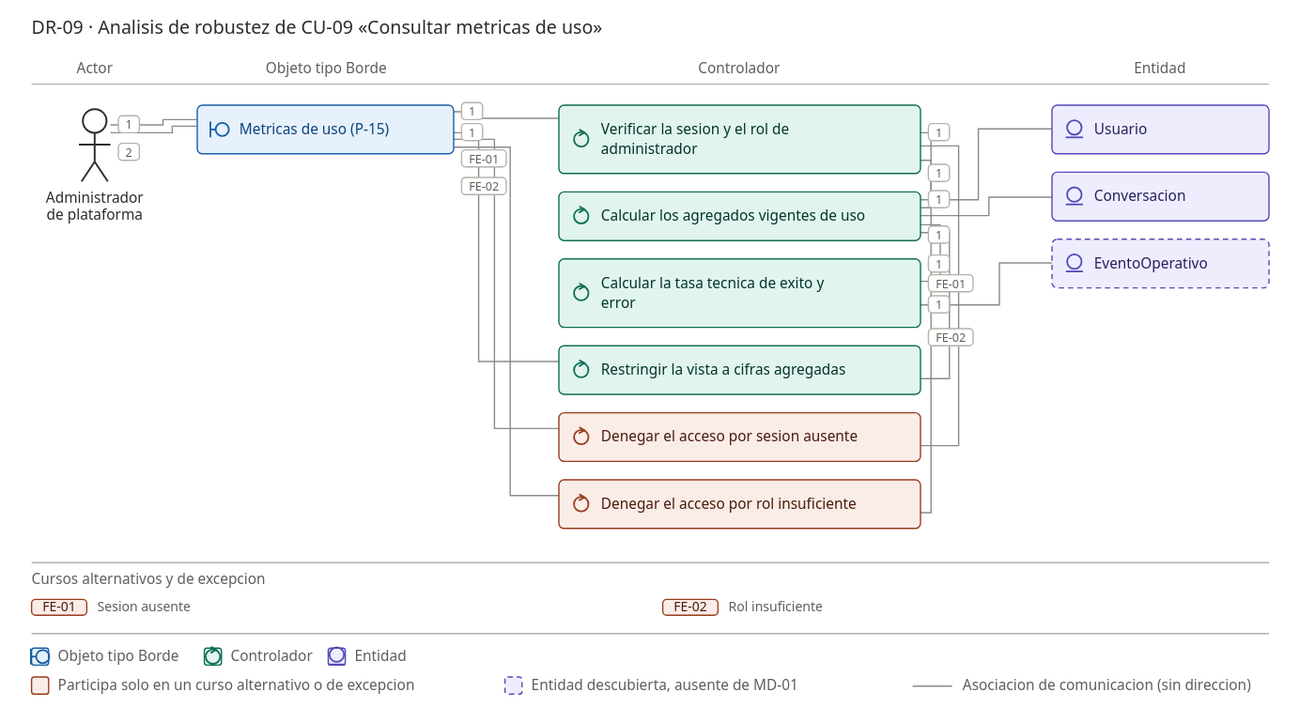
Earlier version of the PlantUML export docs/07_casos_uso/robustez/DR-09_robustez_consultar_metricas.svg (jonatan8254/alan-aura-academico). Its source is kept beside it as docs/07_casos_uso/robustez/DR-09_robustez_consultar_metricas.puml. The source it was exported from:
```plantuml
@startuml
left to right direction
skinparam linetype ortho
skinparam shadowing false

actor "Administrador de plataforma" as ACT_Administrador

boundary "Metricas de uso (P-15)" as B_MetricasDeUso

control "Verificar la sesion y el rol de administrador" as C_VerificarSesionYRol
control "Calcular los agregados vigentes de uso" as C_CalcularAgregados
control "Calcular la tasa tecnica de exito y error" as C_CalcularTasaTecnica
control "Restringir la vista a cifras agregadas" as C_RestringirACifrasAgregadas
control "Denegar el acceso por sesion ausente" as C_DenegarPorSesionAusente #LightCoral
control "Denegar el acceso por rol insuficiente" as C_DenegarPorRol #LightCoral

entity "Usuario" as E_Usuario
entity "Conversacion" as E_Conversacion
entity "EventoOperativo" as E_EventoOperativo #PaleGreen

ACT_Administrador -- B_MetricasDeUso : 1 abre la vista de metricas de uso en el panel administrativo
ACT_Administrador -- B_MetricasDeUso : 2 revisa las cifras agregadas mostradas
B_MetricasDeUso -- C_VerificarSesionYRol : 1 solicita los agregados
C_VerificarSesionYRol -- C_CalcularAgregados : 1 sesion con rol de administrador validado en servidor
C_CalcularAgregados -- E_Usuario : 1 cuenta el total de cuentas y los onboardings completados
C_CalcularAgregados -- E_Conversacion : 1 cuenta las llamadas al chat de los ultimos 7 dias
C_CalcularAgregados -- C_CalcularTasaTecnica : 1 calcula peticiones correctas mas fallback sobre el total
C_CalcularTasaTecnica -- E_EventoOperativo : 1 lee los eventos operativos sin contenido
C_CalcularAgregados -- C_RestringirACifrasAgregadas : 1 aplica la restriccion de agregados de RN-03.3
C_RestringirACifrasAgregadas -- B_MetricasDeUso : 1 muestra los agregados vigentes y excluye todo conteo o contenido por usuario
C_VerificarSesionYRol -- C_DenegarPorSesionAusente : FE-01 sesion ausente
C_DenegarPorSesionAusente -- B_MetricasDeUso : FE-01 no muestra ninguna cifra
C_VerificarSesionYRol -- C_DenegarPorRol : FE-02 rol validado distinto de administrador
C_DenegarPorRol -- B_MetricasDeUso : FE-02 no muestra ninguna cifra

legend right
  <b>Convencion de color</b>
  #LightCoral = objeto que participa solo en un curso alternativo (FA) o de excepcion (FE)
  #PaleGreen = entidad descubierta en robustez, ausente de MD-01 (ver delta de object discovery)
endlegend

note as N_DR09
  <b>CU-09 - Consultar metricas de uso</b> (ECU-09) - actor: Administrador de plataforma
  PRE-01 sesion vigente con rol = administrador, validado en el servidor (RNF-08).

  <b>Flujo basico</b>
  1. El Administrador abre la vista de metricas de uso en el panel administrativo. El sistema
     muestra los agregados vigentes: total de cuentas, onboardings completados, llamadas al
     chat en los ultimos 7 dias y tasa tecnica de exito/error.
  2. El Administrador revisa las cifras agregadas mostradas. El sistema no presenta, en ningun
     momento de este flujo, datos ni conteos por usuario ni contenido de conversaciones.

  <b>Cursos alternativos</b>
  No aplica: el MVP ofrece una unica vista de agregados (RN-03.3); no hay filtros, rangos ni
  variantes de presentacion en esta fase.

  <b>Cursos de excepcion</b>
  FE-01 Sesion ausente: 401; no muestra ninguna cifra; el caso de uso no se inicia.
  FE-02 Rol insuficiente: sesion vigente pero rol distinto de administrador; 403; no muestra
        ninguna cifra.

  <b>Postcondicion</b> El Administrador visualiza las cifras agregadas; el sistema no expone
  ningun conteo, dato ni contenido por usuario individual.
  <b>Reglas</b> RN-03.1, RN-03.3, RN-03.5, PRIV-R10. <b>Calidad</b> RC-07 (MET-07, umbral >= 95 %).
  <b>Traza</b> RF-16 -> OBJ-6. <b>Pantalla</b> P-15.

  <b>Notas de modelado</b>
  - <b>MetricaDeUso NO se dibuja como Entidad:</b> MD-01 §2 la declara vista derivada y no
    clase del dominio, y §3.3 insiste en que "ver metricas" no se dibuja como caja ni como
    linea. Se representa como el calculo (Controlador) sobre las entidades de las que se
    deriva.
  - <b>EventoOperativo si se dibuja, en verde, y por que:</b> la tasa tecnica de MET-07 se
    define sobre peticiones correctas mas fallback dividido por el total, y esa telemetria es
    una entidad persistida en PER-01 §3 (`OperationalEvent`, 8 campos), creada en el paso 8 de
    CU-06. Es un descubrimiento propuesto a MD-01, no una clase existente.
    <b>Hallazgo reportado:</b> MV-01 §13.2 agrupa `MetricaDeUso` y `EventoOperativo` como
    "vista derivada (no clase)", mientras PER-01 (posterior, SD-25) trata `OperationalEvent`
    como entidad persistida. Las dos fuentes se contradicen; aqui se sigue PER-01 y la
    contradiccion queda reportada. ECU-09 tampoco lo menciona.
  - <b>La prohibicion del paso 2 se dibuja en positivo</b>, igual que en DR-08: RN-03.3 esta
    formulada como "las metricas visualizadas son agregadas", de modo que restringir la vista
    es comportamiento real, no una no-accion.
  - <b>Administrador no aparece como Entidad</b> aqui (si en DR-10). Criterio del paquete: se
    dibuja como Entidad solo cuando se persiste como dato — la autoria de la auditoria en
    CU-10 —; en CU-08 y CU-09 basta el actor.
end note

@enduml
```
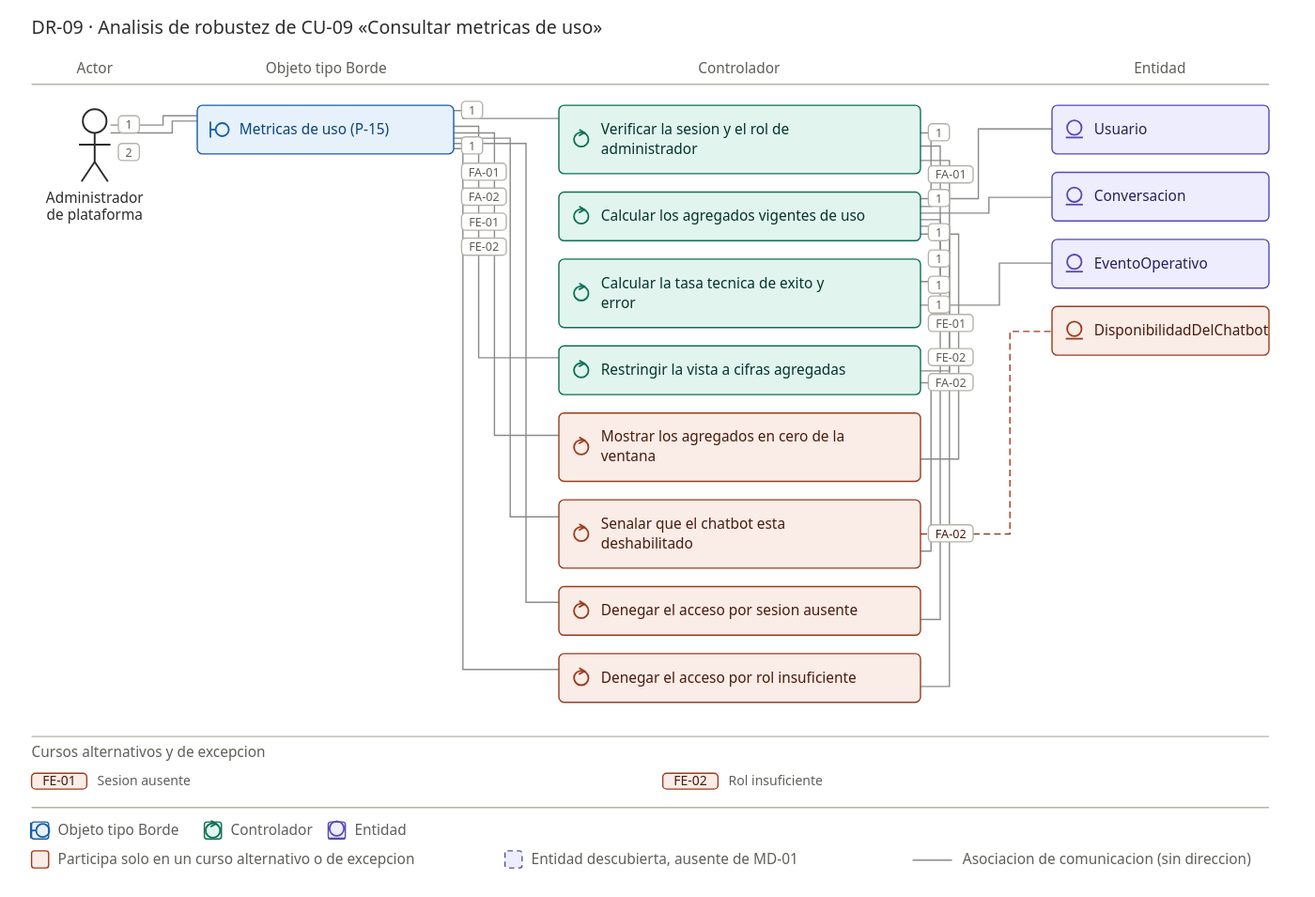
The same file after the commit.

The edit, as a diff of the source:
```diff
@@ -11,12 +11,15 @@
 control "Calcular los agregados vigentes de uso" as C_CalcularAgregados
 control "Calcular la tasa tecnica de exito y error" as C_CalcularTasaTecnica
 control "Restringir la vista a cifras agregadas" as C_RestringirACifrasAgregadas
+control "Mostrar los agregados en cero de la ventana" as C_MostrarVentanaSinActividad #LightCoral
+control "Senalar que el chatbot esta deshabilitado" as C_SenalarChatbotDeshabilitado #LightCoral
 control "Denegar el acceso por sesion ausente" as C_DenegarPorSesionAusente #LightCoral
 control "Denegar el acceso por rol insuficiente" as C_DenegarPorRol #LightCoral
 
 entity "Usuario" as E_Usuario
 entity "Conversacion" as E_Conversacion
-entity "EventoOperativo" as E_EventoOperativo #PaleGreen
+entity "EventoOperativo" as E_EventoOperativo
+entity "DisponibilidadDelChatbot" as E_DisponibilidadDelChatbot #LightCoral
 
 ACT_Administrador -- B_MetricasDeUso : 1 abre la vista de metricas de uso en el panel administrativo
 ACT_Administrador -- B_MetricasDeUso : 2 revisa las cifras agregadas mostradas
@@ -28,15 +31,19 @@
 C_CalcularTasaTecnica -- E_EventoOperativo : 1 lee los eventos operativos sin contenido
 C_CalcularAgregados -- C_RestringirACifrasAgregadas : 1 aplica la restriccion de agregados de RN-03.3
 C_RestringirACifrasAgregadas -- B_MetricasDeUso : 1 muestra los agregados vigentes y excluye todo conteo o contenido por usuario
+C_CalcularAgregados -- C_MostrarVentanaSinActividad : FA-01 la ventana de siete dias no tuvo actividad
+C_MostrarVentanaSinActividad -- B_MetricasDeUso : FA-01 continua; muestra ceros como cifra valida, no como error
+C_RestringirACifrasAgregadas -- C_SenalarChatbotDeshabilitado : FA-02 el chatbot esta deshabilitado
+C_SenalarChatbotDeshabilitado -- E_DisponibilidadDelChatbot : FA-02 consulta el estado global
+C_SenalarChatbotDeshabilitado -- B_MetricasDeUso : FA-02 continua; senala el estado junto a los agregados
 C_VerificarSesionYRol -- C_DenegarPorSesionAusente : FE-01 sesion ausente
-C_DenegarPorSesionAusente -- B_MetricasDeUso : FE-01 no muestra ninguna cifra
+C_DenegarPorSesionAusente -- B_MetricasDeUso : FE-01 termina; 401 y no muestra ninguna cifra
 C_VerificarSesionYRol -- C_DenegarPorRol : FE-02 rol validado distinto de administrador
-C_DenegarPorRol -- B_MetricasDeUso : FE-02 no muestra ninguna cifra
+C_DenegarPorRol -- B_MetricasDeUso : FE-02 termina; 403 y no muestra ninguna cifra
 
 legend right
   <b>Convencion de color</b>
   #LightCoral = objeto que participa solo en un curso alternativo (FA) o de excepcion (FE)
-  #PaleGreen = entidad descubierta en robustez, ausente de MD-01 (ver delta de object discovery)
 endlegend
 
 note as N_DR09
```
